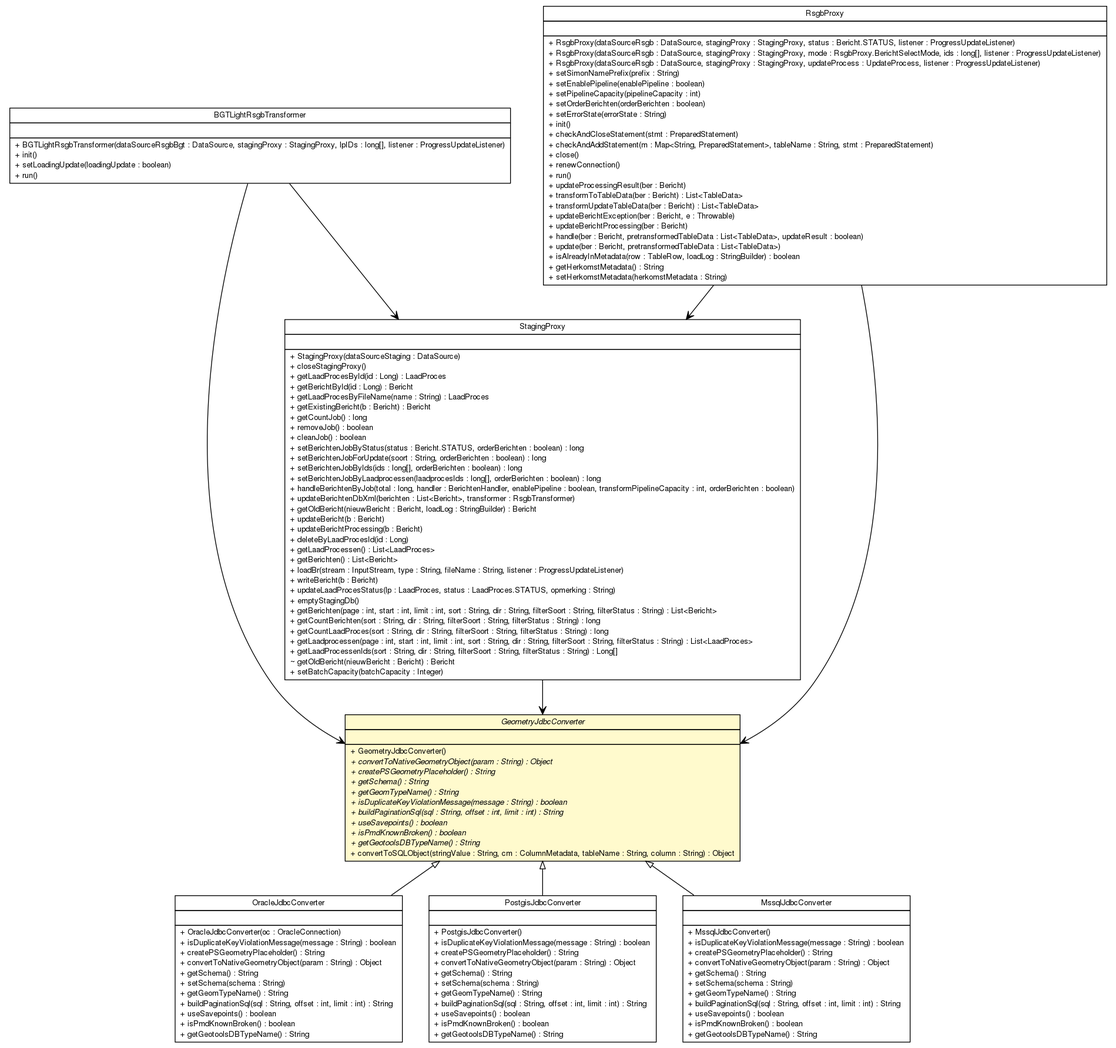
The Graphviz diagram brmo-loader/apidocs/nl/b3p/brmo/loader/jdbc/GeometryJdbcConverter.png in B3Partners/brmo, before a commit. Its source is kept beside it as brmo-loader/apidocs/nl/b3p/brmo/loader/jdbc/GeometryJdbcConverter.dot.
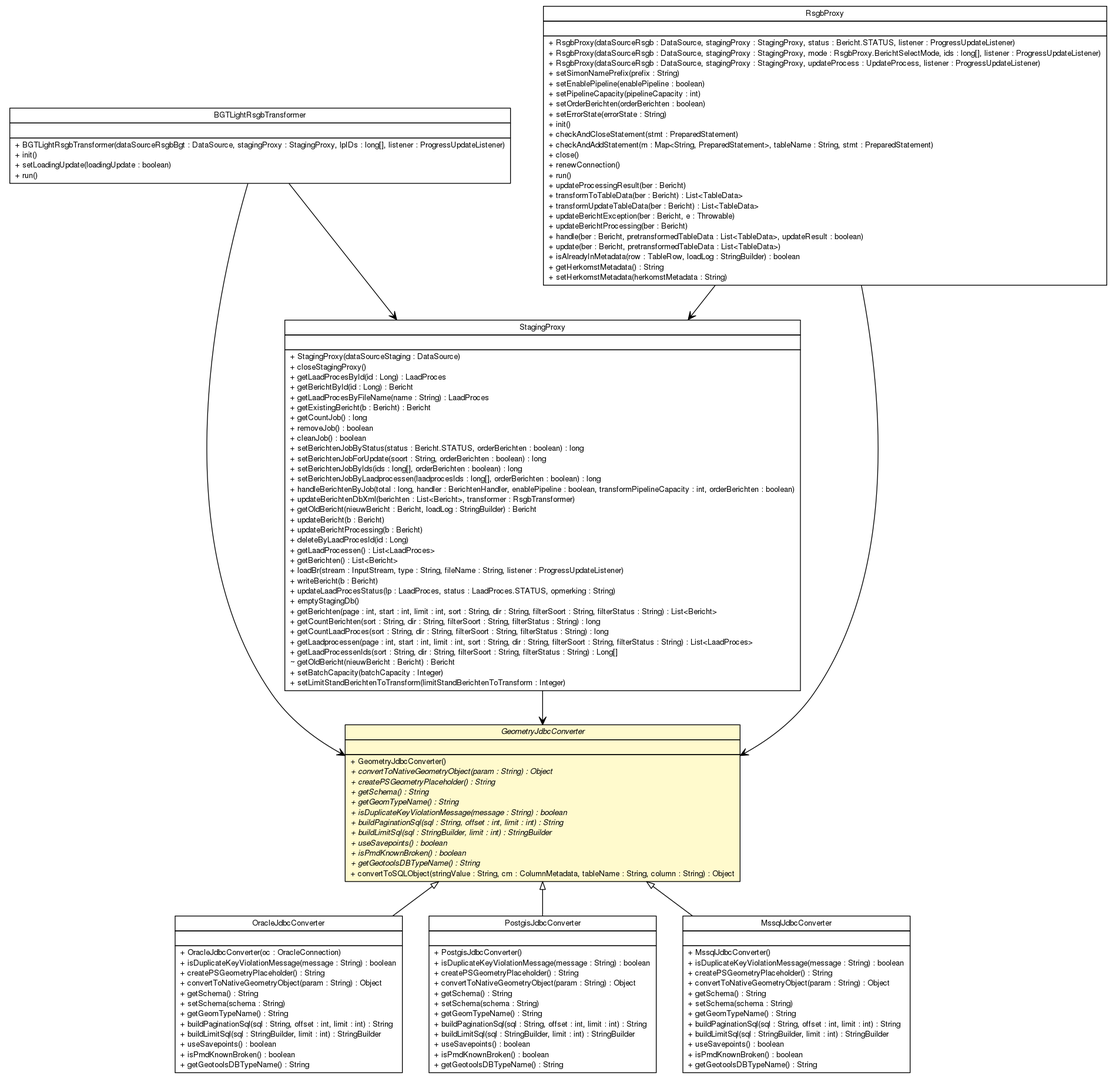
The same file after the commit.

Diff of the diagram source:
```diff
@@ -92,6 +92,7 @@
 <tr><td align="left" balign="left"> + getLaadProcessenIds(sort : String, dir : String, filterSoort : String, filterStatus : String) : Long[] </td></tr>
 <tr><td align="left" balign="left"> ~ getOldBericht(nieuwBericht : Bericht) : Bericht </td></tr>
 <tr><td align="left" balign="left"> + setBatchCapacity(batchCapacity : Integer) </td></tr>
+<tr><td align="left" balign="left"> + setLimitStandBerichtenToTransform(limitStandBerichtenToTransform : Integer) </td></tr>
 		</table></td></tr>
 		</table>>, URL="../StagingProxy.html", fontname="Helvetica", fontcolor="black", fontsize=10.0];
 	c1611 [label=<<table title="nl.b3p.brmo.loader.jdbc.OracleJdbcConverter" border="0" cellborder="1" cellspacing="0" cellpadding="2" port="p" href="./OracleJdbcConverter.html">
@@ -110,6 +111,7 @@
 <tr><td align="left" balign="left"> + setSchema(schema : String) </td></tr>
 <tr><td align="left" balign="left"> + getGeomTypeName() : String </td></tr>
 <tr><td align="left" balign="left"> + buildPaginationSql(sql : String, offset : int, limit : int) : String </td></tr>
+<tr><td align="left" balign="left"> + buildLimitSql(sql : StringBuilder, limit : int) : StringBuilder </td></tr>
 <tr><td align="left" balign="left"> + useSavepoints() : boolean </td></tr>
 <tr><td align="left" balign="left"> + isPmdKnownBroken() : boolean </td></tr>
 <tr><td align="left" balign="left"> + getGeotoolsDBTypeName() : String </td></tr>
@@ -130,6 +132,7 @@
 <tr><td align="left" balign="left"><font face="Helvetica-Oblique" point-size="10.0"> + getGeomTypeName() : String </font></td></tr>
 <tr><td align="left" balign="left"><font face="Helvetica-Oblique" point-size="10.0"> + isDuplicateKeyViolationMessage(message : String) : boolean </font></td></tr>
 <tr><td align="left" balign="left"><font face="Helvetica-Oblique" point-size="10.0"> + buildPaginationSql(sql : String, offset : int, limit : int) : String </font></td></tr>
+<tr><td align="left" balign="left"><font face="Helvetica-Oblique" point-size="10.0"> + buildLimitSql(sql : StringBuilder, limit : int) : StringBuilder </font></td></tr>
 <tr><td align="left" balign="left"><font face="Helvetica-Oblique" point-size="10.0"> + useSavepoints() : boolean </font></td></tr>
 <tr><td align="left" balign="left"><font face="Helvetica-Oblique" point-size="10.0"> + isPmdKnownBroken() : boolean </font></td></tr>
 <tr><td align="left" balign="left"><font face="Helvetica-Oblique" point-size="10.0"> + getGeotoolsDBTypeName() : String </font></td></tr>
@@ -152,6 +155,7 @@
 <tr><td align="left" balign="left"> + setSchema(schema : String) </td></tr>
 <tr><td align="left" balign="left"> + getGeomTypeName() : String </td></tr>
 <tr><td align="left" balign="left"> + buildPaginationSql(sql : String, offset : int, limit : int) : String </td></tr>
+<tr><td align="left" balign="left"> + buildLimitSql(sql : StringBuilder, limit : int) : StringBuilder </td></tr>
 <tr><td align="left" balign="left"> + useSavepoints() : boolean </td></tr>
 <tr><td align="left" balign="left"> + isPmdKnownBroken() : boolean </td></tr>
 <tr><td align="left" balign="left"> + getGeotoolsDBTypeName() : String </td></tr>
@@ -173,6 +177,7 @@
 <tr><td align="left" balign="left"> + setSchema(schema : String) </td></tr>
 <tr><td align="left" balign="left"> + getGeomTypeName() : String </td></tr>
 <tr><td align="left" balign="left"> + buildPaginationSql(sql : String, offset : int, limit : int) : String </td></tr>
+<tr><td align="left" balign="left"> + buildLimitSql(sql : StringBuilder, limit : int) : StringBuilder </td></tr>
 <tr><td align="left" balign="left"> + useSavepoints() : boolean </td></tr>
 <tr><td align="left" balign="left"> + isPmdKnownBroken() : boolean </td></tr>
 <tr><td align="left" balign="left"> + getGeotoolsDBTypeName() : String </td></tr>
```
